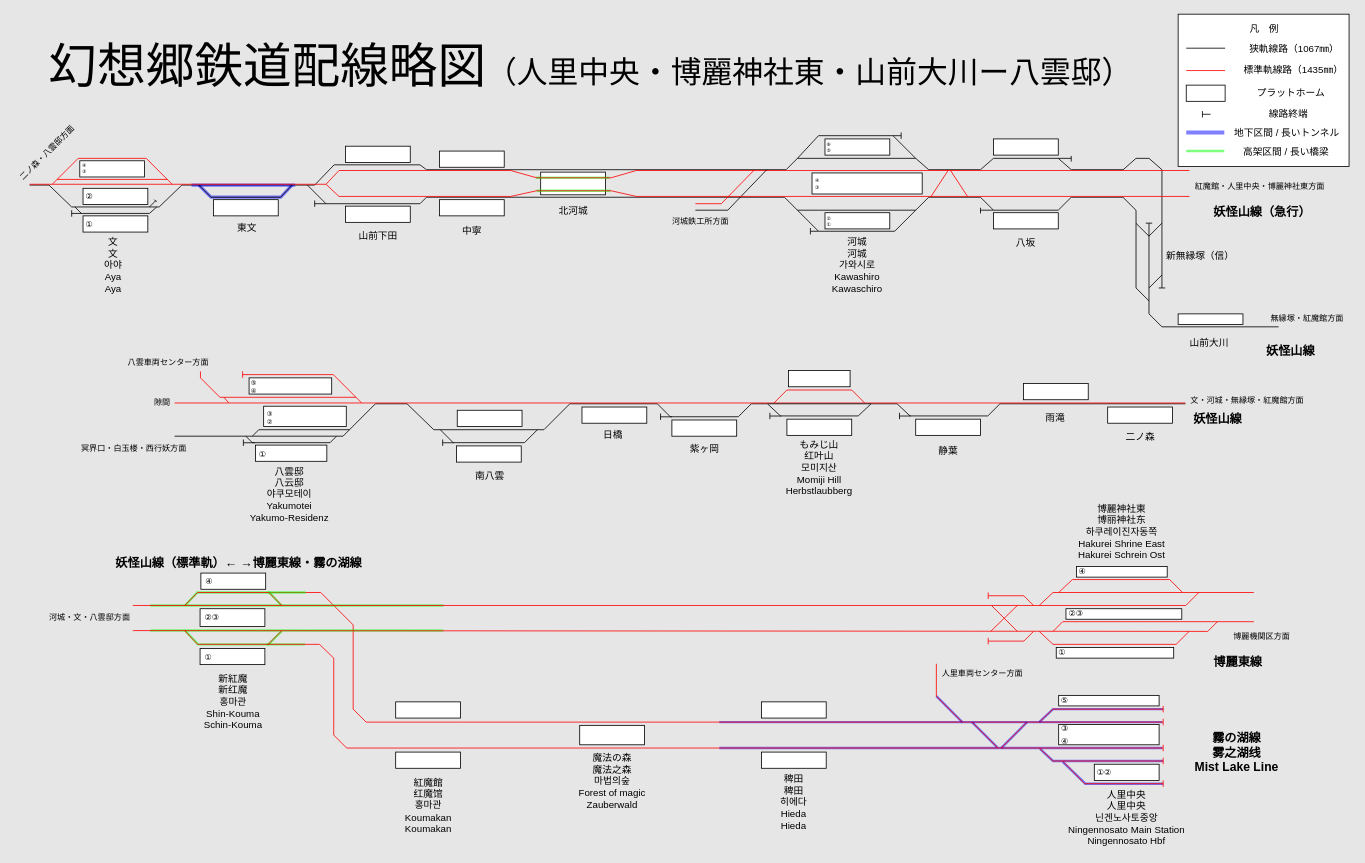
noname390/BVE-Gensokyo-Railway keeps this draw.io diagram as resources/route_design_Muenzuka-Yakumotei.drawio. Above is the earlier version. Source tidied: cells renumbered, new cells numbered last; positions are measured from the earlier drawing's top-left corner, leaving out a move shared by most shapes. Both pictures are drawn from the tidied source at 81%, with x=0, y=0 at pixel (6, 14).
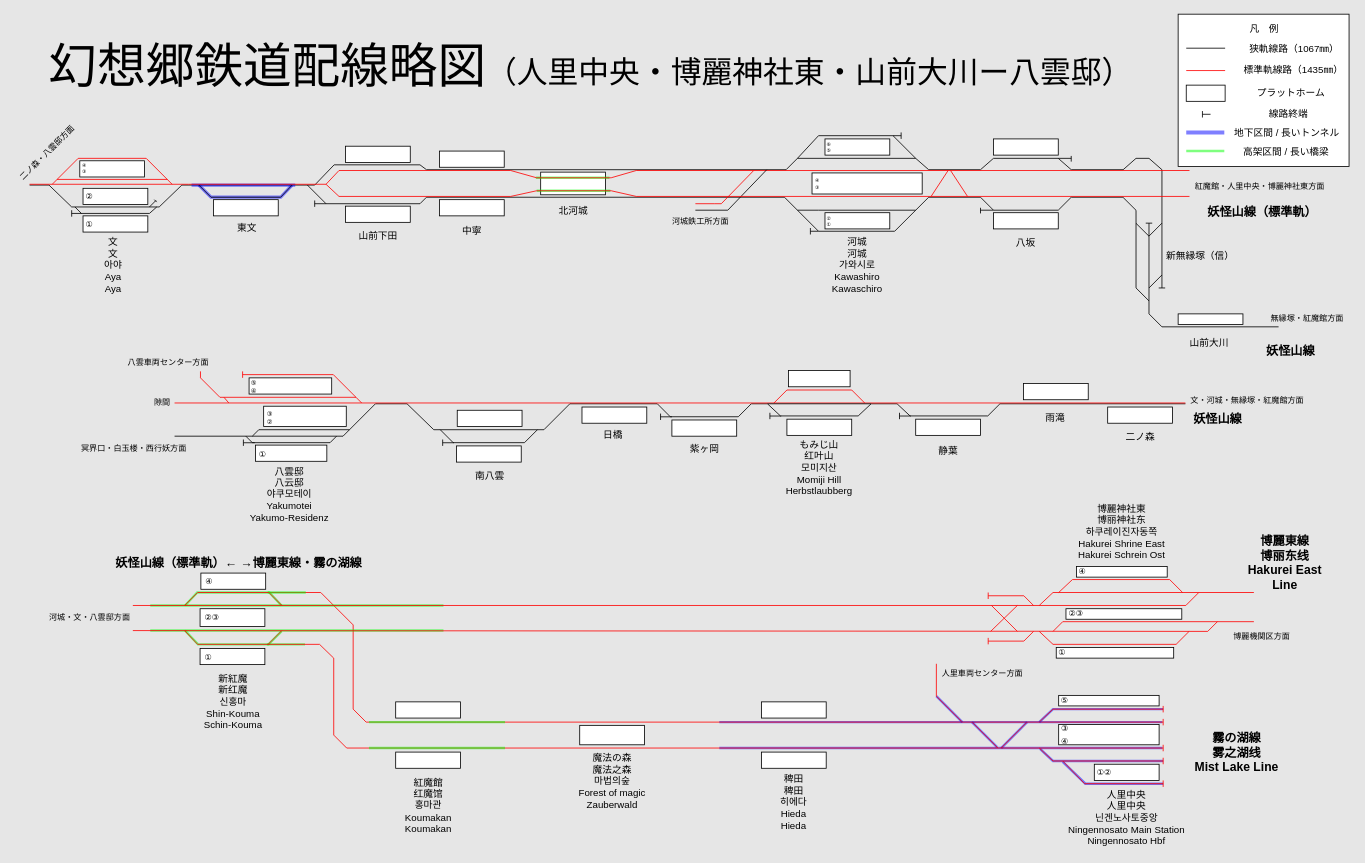
The same diagram, later.

The edit, as a diff of the source:
```diff
@@
-    <mxCell id="32" value="&lt;span style=&quot;font-size: 15px;&quot;&gt;&lt;b&gt;妖怪山線（急行）&lt;/b&gt;&lt;/span&gt;" style="text;strokeColor=none;align=center;fillColor=none;html=1;verticalAlign=middle;whiteSpace=wrap;rounded=0;" parent="1" vertex="1">
+    <mxCell id="32" value="&lt;span style=&quot;font-size: 15px;&quot;&gt;&lt;b&gt;妖怪山線（標準軌）&lt;/b&gt;&lt;/span&gt;" style="text;strokeColor=none;align=center;fillColor=none;html=1;verticalAlign=middle;whiteSpace=wrap;rounded=0;" parent="1" vertex="1">
       <mxGeometry x="1456" y="235" width="190" height="17.9" as="geometry" />
     </mxCell>
@@
-    <mxCell id="195" value="新紅魔&lt;div&gt;新红魔&lt;/div&gt;&lt;div&gt;홍마관&lt;br&gt;&lt;/div&gt;&lt;div&gt;Shin-Kouma&lt;/div&gt;&lt;div&gt;Schin-Kouma&lt;br&gt;&lt;/div&gt;" style="text;strokeColor=none;align=center;fillColor=none;html=1;verticalAlign=middle;whiteSpace=wrap;rounded=0;" parent="1" vertex="1">
+    <mxCell id="195" value="新紅魔&lt;div&gt;新红魔&lt;/div&gt;&lt;div&gt;&lt;span style=&quot;scrollbar-color: rgb(69, 74, 77) rgb(32, 35, 36); font-family: sans-serif; text-align: start;&quot;&gt;&lt;font style=&quot;font-size: 12px;&quot;&gt;신&lt;/font&gt;&lt;/span&gt;홍마&lt;br&gt;&lt;/div&gt;&lt;div&gt;Shin-Kouma&lt;/div&gt;&lt;div&gt;Schin-Kouma&lt;br&gt;&lt;/div&gt;" style="text;strokeColor=none;align=center;fillColor=none;html=1;verticalAlign=middle;whiteSpace=wrap;rounded=0;" parent="1" vertex="1">
       <mxGeometry x="243" y="804" width="75" height="89" as="geometry" />
     </mxCell>
@@
-    <mxCell id="213" value="&lt;span style=&quot;font-size: 15px;&quot;&gt;&lt;b&gt;博麗東線&lt;/b&gt;&lt;/span&gt;" style="text;strokeColor=none;align=center;fillColor=none;html=1;verticalAlign=middle;whiteSpace=wrap;rounded=0;" parent="1" vertex="1">
-      <mxGeometry x="1458.5" y="790" width="124" height="17.9" as="geometry" />
+    <mxCell id="213" value="&lt;span style=&quot;font-size: 15px;&quot;&gt;&lt;b&gt;博麗東線&lt;/b&gt;&lt;/span&gt;&lt;div&gt;&lt;span style=&quot;font-size: 15px;&quot;&gt;&lt;b&gt;博丽东线&lt;/b&gt;&lt;/span&gt;&lt;/div&gt;&lt;div&gt;&lt;span style=&quot;font-size: 15px;&quot;&gt;&lt;b&gt;Hakurei East Line&lt;/b&gt;&lt;/span&gt;&lt;/div&gt;" style="text;strokeColor=none;align=center;fillColor=none;html=1;verticalAlign=middle;whiteSpace=wrap;rounded=0;" parent="1" vertex="1">
+      <mxGeometry x="1517" y="637.9" width="124" height="78" as="geometry" />
     </mxCell>
@@
+    <mxCell id="219" style="endArrow=none;html=1;rounded=0;strokeWidth=3;opacity=50;strokeColor=#00FF00;" parent="1" edge="1">
+      <mxGeometry relative="1" as="geometry">
+        <mxPoint x="448" y="874" as="sourcePoint" />
+        <mxPoint x="616" y="874" as="targetPoint" />
+      </mxGeometry>
+    </mxCell>
+    <mxCell id="220" style="endArrow=none;html=1;rounded=0;strokeWidth=3;opacity=50;strokeColor=#00FF00;" parent="1" edge="1">
+      <mxGeometry relative="1" as="geometry">
+        <mxPoint x="448" y="906" as="sourcePoint" />
+        <mxPoint x="616" y="906" as="targetPoint" />
+      </mxGeometry>
+    </mxCell>
```
